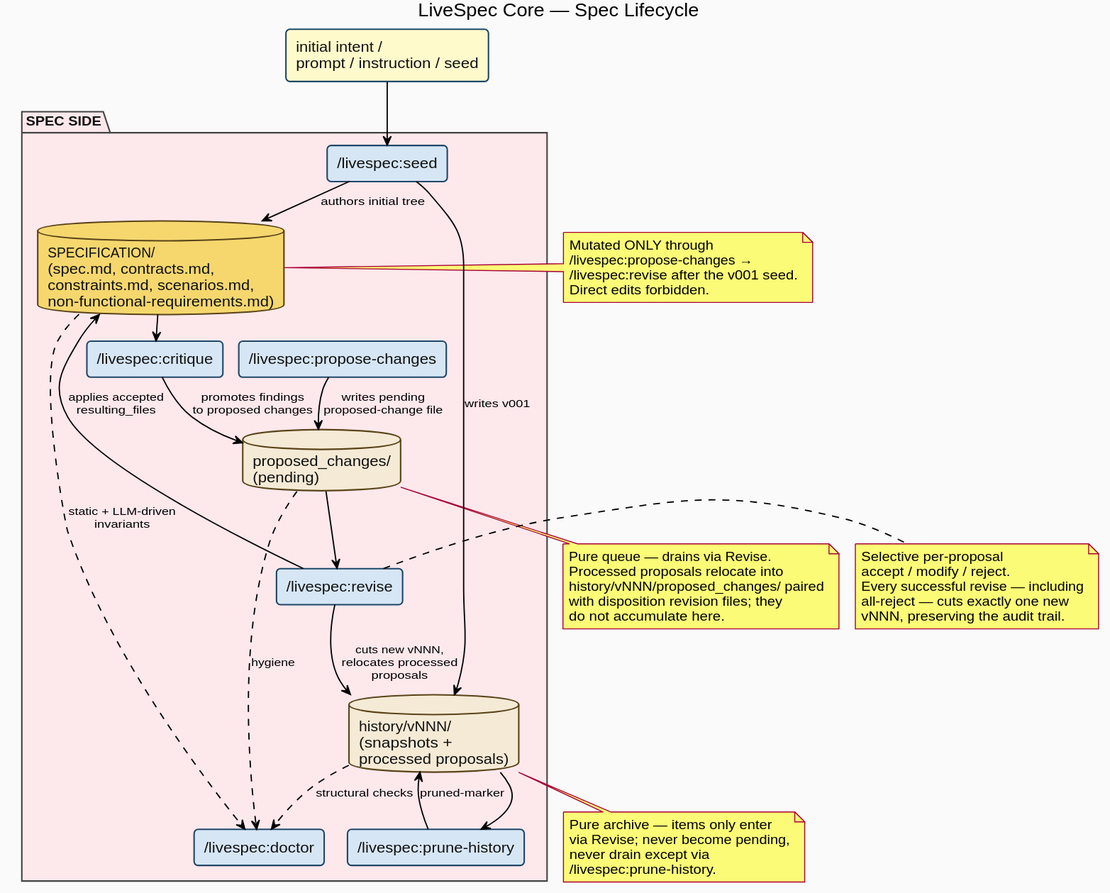
Above: research/workflow-processes/diagrams/spec-lifecycle.svg in thewoolleyman/livespec (PlantUML), before the change.
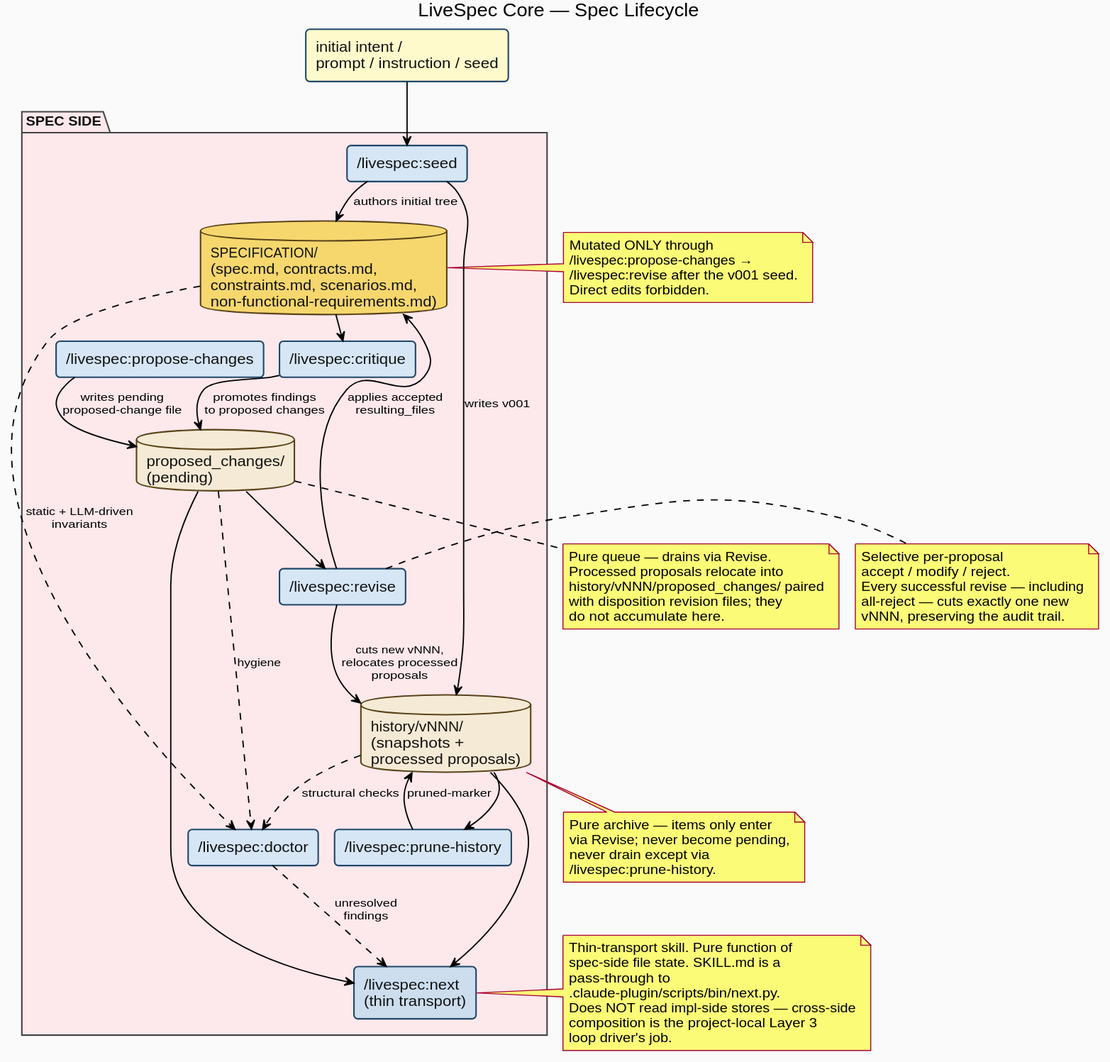
After the change.

Change to the diagram source:
```diff
@@ -39,6 +39,7 @@
   rectangle "/livespec:revise" as Revise
   rectangle "/livespec:doctor" as Doctor
   rectangle "/livespec:prune-history" as Prune
+  rectangle "/livespec:next\n(thin transport)" as Next #ccddee
 
   database "SPECIFICATION/\n(spec.md, contracts.md,\nconstraints.md, scenarios.md,\nnon-functional-requirements.md)" as Spec #f5d76e
   database "proposed_changes/\n(pending)" as PCQueue
@@ -65,6 +66,12 @@
 History --> Prune
 Prune --> History : pruned-marker
 
+PCQueue --> Next
+History --> Next
+Doctor ..> Next : unresolved\nfindings
+
+note right of Next : Thin-transport skill. Pure function of\nspec-side file state. SKILL.md is a\npass-through to\n.claude-plugin/scripts/bin/next.py.\nDoes NOT read impl-side stores — cross-side\ncomposition is the project-local Layer 3\nloop driver's job.
+
 note right of Spec : Mutated ONLY through\n/livespec:propose-changes →\n/livespec:revise after the v001 seed.\nDirect edits forbidden.
 
 note right of Revise : Selective per-proposal\naccept / modify / reject.\nEvery successful revise — including\nall-reject — cuts exactly one new\nvNNN, preserving the audit trail.
```
